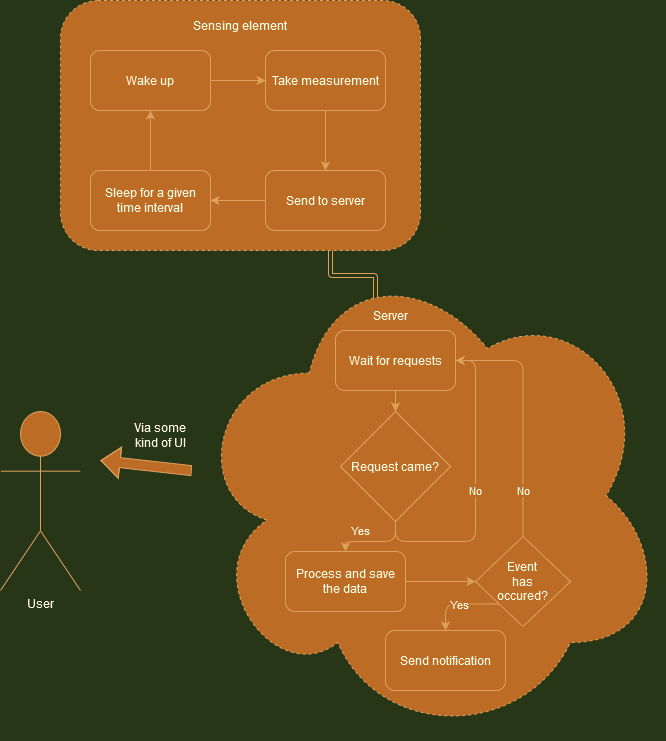
Above: documentation/resources/behav_flowchart.png in Phyteon/EmbeddedSensorApplications (draw.io), before the change. Source tidied: cells renumbered, new cells last; positions are measured from the earlier drawing's top-left corner, leaving out a move shared by most shapes. Its diagram source:
```xml
<mxGraphModel background="#283618">
  <root>
    <mxCell id="0" />
    <mxCell id="1" parent="0" />
    <mxCell id="2" style="edgeStyle=orthogonalEdgeStyle;shape=link;curved=0;rounded=1;sketch=0;jettySize=auto;html=1;exitX=0.75;exitY=1;exitDx=0;exitDy=0;entryX=0.25;entryY=0;entryDx=0;entryDy=0;labelBackgroundColor=#BC6C25;fontColor=#FEFAE0;strokeColor=#DDA15E;fillColor=#BC6C25;" parent="1" edge="1" source="3" target="25">
      <mxGeometry relative="1" as="geometry" />
    </mxCell>
    <mxCell id="3" style="rounded=1;whiteSpace=wrap;html=1;dashed=1;fillColor=#BC6C25;strokeColor=#DDA15E;fontColor=#FEFAE0;" parent="1" vertex="1">
      <mxGeometry x="60" width="360" height="250" as="geometry" />
    </mxCell>
    <mxCell id="4" style="edgeStyle=orthogonalEdgeStyle;rounded=0;jettySize=auto;html=1;exitX=0.5;exitY=1;exitDx=0;exitDy=0;entryX=0.5;entryY=0;entryDx=0;entryDy=0;labelBackgroundColor=#283618;strokeColor=#DDA15E;fontColor=#FEFAE0;" parent="1" edge="1" source="5" target="7">
      <mxGeometry relative="1" as="geometry" />
    </mxCell>
    <mxCell id="5" value="Take measurement" style="rounded=1;whiteSpace=wrap;html=1;fillColor=#BC6C25;strokeColor=#DDA15E;fontColor=#FEFAE0;" parent="1" vertex="1">
      <mxGeometry x="265" y="50" width="120" height="60" as="geometry" />
    </mxCell>
    <mxCell id="6" style="edgeStyle=orthogonalEdgeStyle;rounded=0;jettySize=auto;html=1;exitX=0;exitY=0.5;exitDx=0;exitDy=0;entryX=1;entryY=0.5;entryDx=0;entryDy=0;labelBackgroundColor=#283618;strokeColor=#DDA15E;fontColor=#FEFAE0;" parent="1" edge="1" source="7" target="9">
      <mxGeometry relative="1" as="geometry" />
    </mxCell>
    <mxCell id="7" value="Send to server" style="rounded=1;whiteSpace=wrap;html=1;fillColor=#BC6C25;strokeColor=#DDA15E;fontColor=#FEFAE0;" parent="1" vertex="1">
      <mxGeometry x="265" y="170" width="120" height="60" as="geometry" />
    </mxCell>
    <mxCell id="8" style="edgeStyle=orthogonalEdgeStyle;rounded=0;jettySize=auto;html=1;exitX=0.5;exitY=0;exitDx=0;exitDy=0;entryX=0.5;entryY=1;entryDx=0;entryDy=0;labelBackgroundColor=#283618;strokeColor=#DDA15E;fontColor=#FEFAE0;" parent="1" edge="1" source="9" target="11">
      <mxGeometry relative="1" as="geometry" />
    </mxCell>
    <mxCell id="9" value="&lt;div&gt;Sleep for a given&lt;/div&gt;&lt;div&gt;time interval&lt;br&gt;&lt;/div&gt;" style="rounded=1;whiteSpace=wrap;html=1;fillColor=#BC6C25;strokeColor=#DDA15E;fontColor=#FEFAE0;" parent="1" vertex="1">
      <mxGeometry x="90" y="170" width="120" height="60" as="geometry" />
    </mxCell>
    <mxCell id="10" style="edgeStyle=orthogonalEdgeStyle;rounded=0;jettySize=auto;html=1;exitX=1;exitY=0.5;exitDx=0;exitDy=0;entryX=0;entryY=0.5;entryDx=0;entryDy=0;labelBackgroundColor=#283618;strokeColor=#DDA15E;fontColor=#FEFAE0;" parent="1" edge="1" source="11" target="5">
      <mxGeometry relative="1" as="geometry" />
    </mxCell>
    <mxCell id="11" value="Wake up" style="rounded=1;whiteSpace=wrap;html=1;fillColor=#BC6C25;strokeColor=#DDA15E;fontColor=#FEFAE0;" parent="1" vertex="1">
      <mxGeometry x="90" y="50" width="120" height="60" as="geometry" />
    </mxCell>
    <mxCell id="12" value="Sensing element" style="text;html=1;strokeColor=none;fillColor=none;align=center;verticalAlign=middle;whiteSpace=wrap;rounded=0;dashed=1;fontColor=#FEFAE0;" parent="1" vertex="1">
      <mxGeometry x="190" y="10" width="100" height="30" as="geometry" />
    </mxCell>
    <mxCell id="13" style="ellipse;shape=cloud;whiteSpace=wrap;html=1;dashed=1;fillColor=#BC6C25;strokeColor=#DDA15E;fontColor=#FEFAE0;" parent="1" vertex="1">
      <mxGeometry x="190" y="250" width="475" height="490" as="geometry" />
    </mxCell>
    <mxCell id="14" style="edgeStyle=none;rounded=0;jettySize=auto;html=1;exitX=1;exitY=0.5;exitDx=0;exitDy=0;entryX=0;entryY=0.5;entryDx=0;entryDy=0;labelBackgroundColor=#283618;strokeColor=#DDA15E;fontColor=#FEFAE0;" parent="1" edge="1" source="15" target="24">
      <mxGeometry relative="1" as="geometry" />
    </mxCell>
    <mxCell id="15" value="&lt;div&gt;Process and save&lt;/div&gt;&lt;div&gt;the data&lt;/div&gt;" style="rounded=1;whiteSpace=wrap;html=1;fillColor=#BC6C25;strokeColor=#DDA15E;fontColor=#FEFAE0;" parent="1" vertex="1">
      <mxGeometry x="285" y="551" width="120" height="60" as="geometry" />
    </mxCell>
    <mxCell id="16" value="No" style="edgeStyle=orthogonalEdgeStyle;curved=0;rounded=1;sketch=0;jettySize=auto;html=1;exitX=0.5;exitY=1;exitDx=0;exitDy=0;entryX=1;entryY=0.5;entryDx=0;entryDy=0;labelBackgroundColor=#BC6C25;fontColor=#FEFAE0;strokeColor=#DDA15E;fillColor=#BC6C25;" parent="1" edge="1" source="18" target="21">
      <mxGeometry relative="1" as="geometry">
        <Array as="points">
          <mxPoint x="395" y="541" />
          <mxPoint x="475" y="541" />
          <mxPoint x="475" y="360" />
        </Array>
      </mxGeometry>
    </mxCell>
    <mxCell id="17" value="Yes" style="edgeStyle=orthogonalEdgeStyle;curved=0;rounded=1;sketch=0;jettySize=auto;html=1;exitX=0.5;exitY=1;exitDx=0;exitDy=0;entryX=0.5;entryY=0;entryDx=0;entryDy=0;labelBackgroundColor=#BC6C25;fontColor=#FEFAE0;strokeColor=#DDA15E;fillColor=#BC6C25;" parent="1" edge="1" source="18" target="15">
      <mxGeometry x="0.38" y="-11" relative="1" as="geometry" />
    </mxCell>
    <mxCell id="18" value="Request came?" style="rhombus;whiteSpace=wrap;html=1;fillColor=#BC6C25;strokeColor=#DDA15E;fontColor=#FEFAE0;" parent="1" vertex="1">
      <mxGeometry x="340" y="411" width="110" height="110" as="geometry" />
    </mxCell>
    <mxCell id="19" value="Send notification" style="rounded=1;whiteSpace=wrap;html=1;fillColor=#BC6C25;strokeColor=#DDA15E;fontColor=#FEFAE0;" parent="1" vertex="1">
      <mxGeometry x="385" y="630" width="120" height="60" as="geometry" />
    </mxCell>
    <mxCell id="20" style="edgeStyle=none;rounded=0;jettySize=auto;html=1;exitX=0.5;exitY=1;exitDx=0;exitDy=0;entryX=0.5;entryY=0;entryDx=0;entryDy=0;labelBackgroundColor=#283618;strokeColor=#DDA15E;fontColor=#FEFAE0;" parent="1" edge="1" source="21" target="18">
      <mxGeometry relative="1" as="geometry" />
    </mxCell>
    <mxCell id="21" value="Wait for requests" style="rounded=1;whiteSpace=wrap;html=1;fillColor=#BC6C25;strokeColor=#DDA15E;fontColor=#FEFAE0;" parent="1" vertex="1">
      <mxGeometry x="335" y="330" width="120" height="60" as="geometry" />
    </mxCell>
    <mxCell id="22" value="Yes" style="edgeStyle=orthogonalEdgeStyle;curved=0;rounded=1;sketch=0;jettySize=auto;html=1;exitX=0;exitY=1;exitDx=0;exitDy=0;entryX=0.5;entryY=0;entryDx=0;entryDy=0;labelBackgroundColor=#BC6C25;fontColor=#FEFAE0;strokeColor=#DDA15E;fillColor=#BC6C25;" parent="1" edge="1" source="24" target="19">
      <mxGeometry relative="1" as="geometry">
        <Array as="points">
          <mxPoint x="445" y="604" />
        </Array>
      </mxGeometry>
    </mxCell>
    <mxCell id="23" value="No" style="edgeStyle=orthogonalEdgeStyle;curved=0;rounded=1;sketch=0;jettySize=auto;html=1;exitX=0.5;exitY=0;exitDx=0;exitDy=0;entryX=1;entryY=0.5;entryDx=0;entryDy=0;labelBackgroundColor=#BC6C25;fontColor=#FEFAE0;strokeColor=#DDA15E;fillColor=#BC6C25;" parent="1" edge="1" source="24" target="21">
      <mxGeometry x="-0.62" relative="1" as="geometry" />
    </mxCell>
    <mxCell id="24" value="&lt;div&gt;Event&lt;/div&gt;&lt;div&gt;has&lt;/div&gt;&lt;div&gt;occured?&lt;br&gt;&lt;/div&gt;" style="rhombus;whiteSpace=wrap;html=1;fillColor=#BC6C25;strokeColor=#DDA15E;fontColor=#FEFAE0;" parent="1" vertex="1">
      <mxGeometry x="475" y="536" width="95" height="90" as="geometry" />
    </mxCell>
    <mxCell id="25" value="Server" style="text;html=1;strokeColor=none;fillColor=none;align=center;verticalAlign=middle;whiteSpace=wrap;rounded=0;sketch=0;fontColor=#FEFAE0;" parent="1" vertex="1">
      <mxGeometry x="360" y="300" width="60" height="30" as="geometry" />
    </mxCell>
    <mxCell id="26" value="User" style="shape=umlActor;verticalLabelPosition=bottom;verticalAlign=top;html=1;rounded=0;sketch=0;fontColor=#FEFAE0;strokeColor=#DDA15E;fillColor=#BC6C25;" parent="1" vertex="1">
      <mxGeometry y="411" width="80" height="179" as="geometry" />
    </mxCell>
    <mxCell id="27" style="shape=flexArrow;endArrow=classic;html=1;rounded=1;labelBackgroundColor=#BC6C25;sketch=0;fontColor=#FEFAE0;strokeColor=#DDA15E;fillColor=#BC6C25;curved=0;" parent="1" edge="1" source="13">
      <mxGeometry relative="1" as="geometry">
        <mxPoint x="100" y="460" as="targetPoint" />
        <Array as="points">
          <mxPoint x="190" y="470" />
        </Array>
      </mxGeometry>
    </mxCell>
    <mxCell id="28" value="Via some kind of UI" style="text;html=1;strokeColor=none;fillColor=none;align=center;verticalAlign=middle;whiteSpace=wrap;rounded=0;sketch=0;fontColor=#FEFAE0;" parent="1" vertex="1">
      <mxGeometry x="130" y="420" width="60" height="30" as="geometry" />
    </mxCell>
  </root>
</mxGraphModel>
```
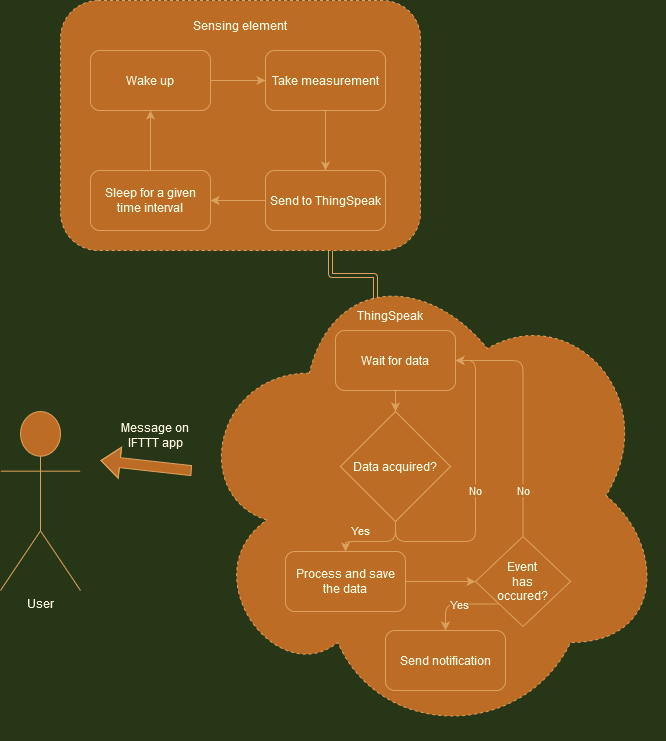
Later version of the same file.

Diff of the diagram source:
```diff
@@ -17,7 +17,7 @@
     <mxCell id="6" style="edgeStyle=orthogonalEdgeStyle;rounded=0;jettySize=auto;html=1;exitX=0;exitY=0.5;exitDx=0;exitDy=0;entryX=1;entryY=0.5;entryDx=0;entryDy=0;labelBackgroundColor=#283618;strokeColor=#DDA15E;fontColor=#FEFAE0;" parent="1" edge="1" source="7" target="9">
       <mxGeometry relative="1" as="geometry" />
     </mxCell>
-    <mxCell id="7" value="Send to server" style="rounded=1;whiteSpace=wrap;html=1;fillColor=#BC6C25;strokeColor=#DDA15E;fontColor=#FEFAE0;" parent="1" vertex="1">
+    <mxCell id="7" value="Send to ThingSpeak" style="rounded=1;whiteSpace=wrap;html=1;fillColor=#BC6C25;strokeColor=#DDA15E;fontColor=#FEFAE0;" parent="1" vertex="1">
       <mxGeometry x="265" y="170" width="120" height="60" as="geometry" />
     </mxCell>
     <mxCell id="8" style="edgeStyle=orthogonalEdgeStyle;rounded=0;jettySize=auto;html=1;exitX=0.5;exitY=0;exitDx=0;exitDy=0;entryX=0.5;entryY=1;entryDx=0;entryDy=0;labelBackgroundColor=#283618;strokeColor=#DDA15E;fontColor=#FEFAE0;" parent="1" edge="1" source="9" target="11">
@@ -56,7 +56,7 @@
     <mxCell id="17" value="Yes" style="edgeStyle=orthogonalEdgeStyle;curved=0;rounded=1;sketch=0;jettySize=auto;html=1;exitX=0.5;exitY=1;exitDx=0;exitDy=0;entryX=0.5;entryY=0;entryDx=0;entryDy=0;labelBackgroundColor=#BC6C25;fontColor=#FEFAE0;strokeColor=#DDA15E;fillColor=#BC6C25;" parent="1" edge="1" source="18" target="15">
       <mxGeometry x="0.38" y="-11" relative="1" as="geometry" />
     </mxCell>
-    <mxCell id="18" value="Request came?" style="rhombus;whiteSpace=wrap;html=1;fillColor=#BC6C25;strokeColor=#DDA15E;fontColor=#FEFAE0;" parent="1" vertex="1">
+    <mxCell id="18" value="Data acquired?" style="rhombus;whiteSpace=wrap;html=1;fillColor=#BC6C25;strokeColor=#DDA15E;fontColor=#FEFAE0;" parent="1" vertex="1">
       <mxGeometry x="340" y="411" width="110" height="110" as="geometry" />
     </mxCell>
     <mxCell id="19" value="Send notification" style="rounded=1;whiteSpace=wrap;html=1;fillColor=#BC6C25;strokeColor=#DDA15E;fontColor=#FEFAE0;" parent="1" vertex="1">
@@ -65,7 +65,7 @@
     <mxCell id="20" style="edgeStyle=none;rounded=0;jettySize=auto;html=1;exitX=0.5;exitY=1;exitDx=0;exitDy=0;entryX=0.5;entryY=0;entryDx=0;entryDy=0;labelBackgroundColor=#283618;strokeColor=#DDA15E;fontColor=#FEFAE0;" parent="1" edge="1" source="21" target="18">
       <mxGeometry relative="1" as="geometry" />
     </mxCell>
-    <mxCell id="21" value="Wait for requests" style="rounded=1;whiteSpace=wrap;html=1;fillColor=#BC6C25;strokeColor=#DDA15E;fontColor=#FEFAE0;" parent="1" vertex="1">
+    <mxCell id="21" value="Wait for data" style="rounded=1;whiteSpace=wrap;html=1;fillColor=#BC6C25;strokeColor=#DDA15E;fontColor=#FEFAE0;" parent="1" vertex="1">
       <mxGeometry x="335" y="330" width="120" height="60" as="geometry" />
     </mxCell>
     <mxCell id="22" value="Yes" style="edgeStyle=orthogonalEdgeStyle;curved=0;rounded=1;sketch=0;jettySize=auto;html=1;exitX=0;exitY=1;exitDx=0;exitDy=0;entryX=0.5;entryY=0;entryDx=0;entryDy=0;labelBackgroundColor=#BC6C25;fontColor=#FEFAE0;strokeColor=#DDA15E;fillColor=#BC6C25;" parent="1" edge="1" source="24" target="19">
@@ -81,7 +81,7 @@
     <mxCell id="24" value="&lt;div&gt;Event&lt;/div&gt;&lt;div&gt;has&lt;/div&gt;&lt;div&gt;occured?&lt;br&gt;&lt;/div&gt;" style="rhombus;whiteSpace=wrap;html=1;fillColor=#BC6C25;strokeColor=#DDA15E;fontColor=#FEFAE0;" parent="1" vertex="1">
       <mxGeometry x="475" y="536" width="95" height="90" as="geometry" />
     </mxCell>
-    <mxCell id="25" value="Server" style="text;html=1;strokeColor=none;fillColor=none;align=center;verticalAlign=middle;whiteSpace=wrap;rounded=0;sketch=0;fontColor=#FEFAE0;" parent="1" vertex="1">
+    <mxCell id="25" value="ThingSpeak" style="text;html=1;strokeColor=none;fillColor=none;align=center;verticalAlign=middle;whiteSpace=wrap;rounded=0;sketch=0;fontColor=#FEFAE0;" parent="1" vertex="1">
       <mxGeometry x="360" y="300" width="60" height="30" as="geometry" />
     </mxCell>
     <mxCell id="26" value="User" style="shape=umlActor;verticalLabelPosition=bottom;verticalAlign=top;html=1;rounded=0;sketch=0;fontColor=#FEFAE0;strokeColor=#DDA15E;fillColor=#BC6C25;" parent="1" vertex="1">
@@ -95,8 +95,8 @@
         </Array>
       </mxGeometry>
     </mxCell>
-    <mxCell id="28" value="Via some kind of UI" style="text;html=1;strokeColor=none;fillColor=none;align=center;verticalAlign=middle;whiteSpace=wrap;rounded=0;sketch=0;fontColor=#FEFAE0;" parent="1" vertex="1">
-      <mxGeometry x="130" y="420" width="60" height="30" as="geometry" />
+    <mxCell id="28" value="Message on IFTTT app" style="text;html=1;strokeColor=none;fillColor=none;align=center;verticalAlign=middle;whiteSpace=wrap;rounded=0;sketch=0;fontColor=#FEFAE0;" parent="1" vertex="1">
+      <mxGeometry x="120" y="420" width="70" height="30" as="geometry" />
     </mxCell>
   </root>
 </mxGraphModel>
```
